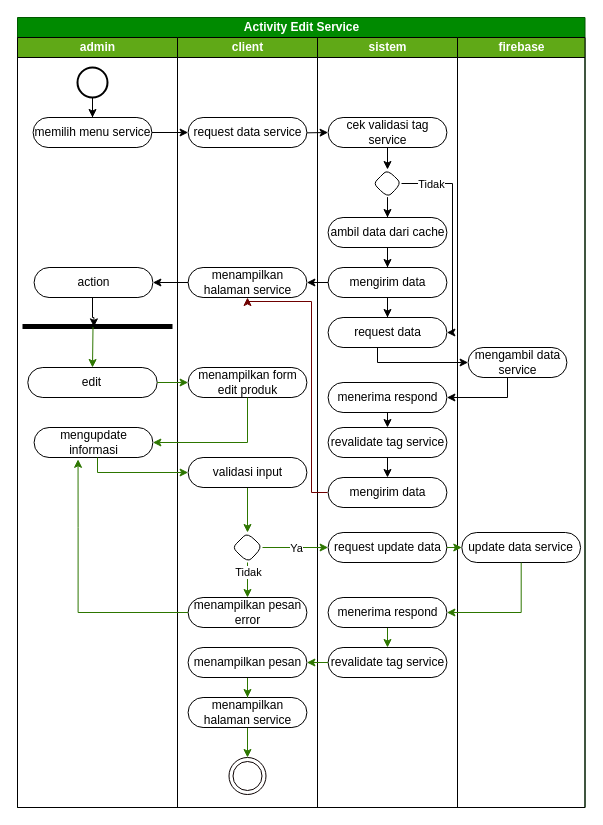
This is page "activity edit service" (32 of 44) of skrpsian.drawio from ThikerXCX/umltoko, a draw.io file, before an edit. Source tidied: cells renumbered, new cells numbered last; positions are measured from the earlier drawing's top-left corner, leaving out a move shared by most shapes. Both pictures are drawn from the tidied source at 100%, with x=0, y=0 at pixel (17, 17).
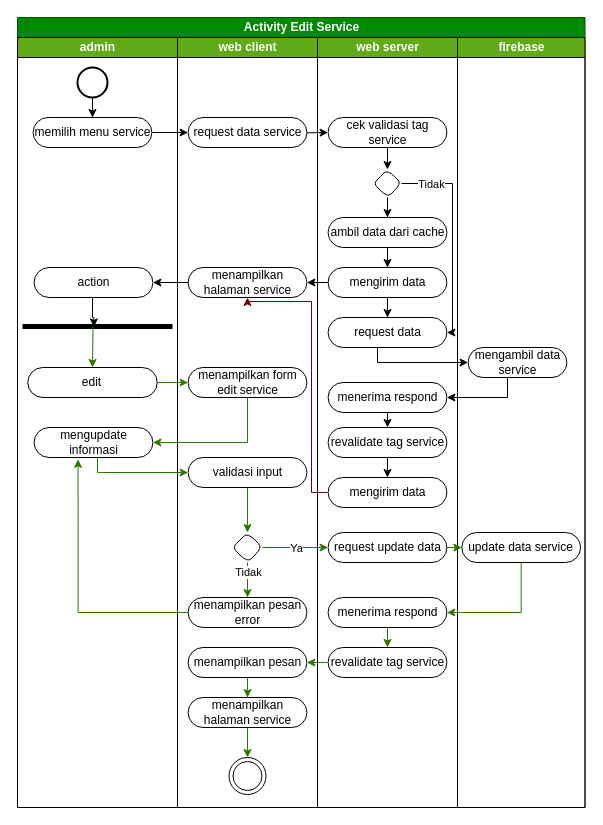
Above is the later version.

The change refers to these unchanged cells:
```xml
<mxCell id="2" value="Activity Edit Service" style="swimlane;startSize=20;html=1;fillColor=#008a00;fontColor=#ffffff;strokeColor=#005700;" parent="1" vertex="1">
  <mxGeometry width="567.5" height="790" as="geometry" />
</mxCell>
```

Diff of the diagram source:
```diff
@@
-    <mxCell id="13" value="client" style="swimlane;startSize=20;html=1;fillColor=#60a917;fontColor=#ffffff;strokeColor=#000000;" parent="2" vertex="1">
+    <mxCell id="13" value="web client" style="swimlane;startSize=20;html=1;fillColor=#60a917;fontColor=#ffffff;strokeColor=#000000;" parent="2" vertex="1">
       <mxGeometry x="160" y="20" width="140" height="770" as="geometry" />
     </mxCell>
@@
-    <mxCell id="16" value="menampilkan form edit produk" style="rounded=1;whiteSpace=wrap;html=1;arcSize=50;fillColor=none;" parent="13" vertex="1">
+    <mxCell id="16" value="menampilkan form edit service" style="rounded=1;whiteSpace=wrap;html=1;arcSize=50;fillColor=none;" parent="13" vertex="1">
       <mxGeometry x="10.6" y="330" width="118.8" height="30" as="geometry" />
     </mxCell>
@@
-    <mxCell id="28" value="sistem" style="swimlane;startSize=20;html=1;fillColor=#60a917;fontColor=#ffffff;strokeColor=#000000;" parent="2" vertex="1">
+    <mxCell id="28" value="web server" style="swimlane;startSize=20;html=1;fillColor=#60a917;fontColor=#ffffff;strokeColor=#000000;" parent="2" vertex="1">
       <mxGeometry x="300" y="20" width="140" height="770" as="geometry" />
     </mxCell>
```
